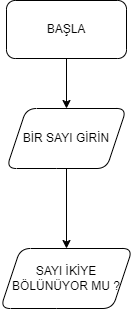
Above: AkışDiyagramıÇözüm.png in csargin/TURKSTUDENTCO-DATA-SCIENCE-BOOTCAMP (draw.io), before the change. Source tidied: cells renumbered, new cells last; positions are measured from the earlier drawing's top-left corner, leaving out a move shared by most shapes. Source of this version:
```xml
<mxGraphModel>
  <root>
    <mxCell id="0" />
    <mxCell id="1" parent="0" />
    <mxCell id="2" style="edgeStyle=orthogonalEdgeStyle;rounded=0;jettySize=auto;html=1;exitX=0.5;exitY=1;exitDx=0;exitDy=0;" parent="1" edge="1" source="3" target="5">
      <mxGeometry relative="1" as="geometry" />
    </mxCell>
    <mxCell id="3" value="BAŞLA" style="rounded=1;whiteSpace=wrap;html=1;" parent="1" vertex="1">
      <mxGeometry x="6" width="120" height="58" as="geometry" />
    </mxCell>
    <mxCell id="4" style="edgeStyle=orthogonalEdgeStyle;rounded=0;jettySize=auto;html=1;" parent="1" edge="1" source="5" target="6">
      <mxGeometry relative="1" as="geometry" />
    </mxCell>
    <mxCell id="5" value="BİR SAYI GİRİN" style="shape=parallelogram;perimeter=parallelogramPerimeter;whiteSpace=wrap;html=1;fixedSize=1;rounded=1;" parent="1" vertex="1">
      <mxGeometry x="6" y="108" width="120" height="60" as="geometry" />
    </mxCell>
    <mxCell id="6" value="SAYI İKİYE BÖLÜNÜYOR MU ?" style="shape=parallelogram;perimeter=parallelogramPerimeter;whiteSpace=wrap;html=1;fixedSize=1;rounded=1;" parent="1" vertex="1">
      <mxGeometry y="248" width="132" height="60" as="geometry" />
    </mxCell>
  </root>
</mxGraphModel>
```
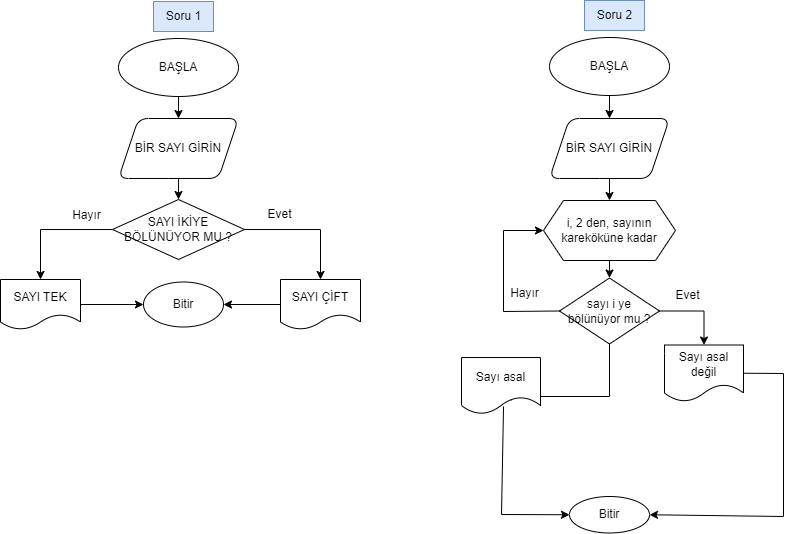
The same diagram one commit later.

Diff of the diagram source:
```diff
@@ -5,17 +5,120 @@
     <mxCell id="2" style="edgeStyle=orthogonalEdgeStyle;rounded=0;jettySize=auto;html=1;exitX=0.5;exitY=1;exitDx=0;exitDy=0;" parent="1" edge="1" source="3" target="5">
       <mxGeometry relative="1" as="geometry" />
     </mxCell>
-    <mxCell id="3" value="BAŞLA" style="rounded=1;whiteSpace=wrap;html=1;" parent="1" vertex="1">
-      <mxGeometry x="6" width="120" height="58" as="geometry" />
+    <mxCell id="3" value="BAŞLA" style="ellipse;whiteSpace=wrap;html=1;" parent="1" vertex="1">
+      <mxGeometry x="-137" width="120" height="58" as="geometry" />
     </mxCell>
     <mxCell id="4" style="edgeStyle=orthogonalEdgeStyle;rounded=0;jettySize=auto;html=1;" parent="1" edge="1" source="5" target="6">
       <mxGeometry relative="1" as="geometry" />
     </mxCell>
     <mxCell id="5" value="BİR SAYI GİRİN" style="shape=parallelogram;perimeter=parallelogramPerimeter;whiteSpace=wrap;html=1;fixedSize=1;rounded=1;" parent="1" vertex="1">
-      <mxGeometry x="6" y="108" width="120" height="60" as="geometry" />
+      <mxGeometry x="-137" y="80" width="120" height="60" as="geometry" />
     </mxCell>
+    <mxCell id="7" style="edgeStyle=orthogonalEdgeStyle;rounded=0;jettySize=auto;html=1;" parent="1" edge="1" source="6" target="10">
+      <mxGeometry relative="1" as="geometry" />
+    </mxCell>
+    <mxCell id="8" style="edgeStyle=orthogonalEdgeStyle;rounded=0;jettySize=auto;html=1;" parent="1" edge="1" source="6" target="12">
+      <mxGeometry relative="1" as="geometry" />
+    </mxCell>
-    <mxCell id="6" value="SAYI İKİYE BÖLÜNÜYOR MU ?" style="shape=parallelogram;perimeter=parallelogramPerimeter;whiteSpace=wrap;html=1;fixedSize=1;rounded=1;" parent="1" vertex="1">
-      <mxGeometry y="248" width="132" height="60" as="geometry" />
+    <mxCell id="6" value="SAYI İKİYE BÖLÜNÜYOR MU ?" style="rhombus;whiteSpace=wrap;html=1;" parent="1" vertex="1">
+      <mxGeometry x="-143" y="161" width="132" height="60" as="geometry" />
     </mxCell>
+    <mxCell id="9" style="edgeStyle=orthogonalEdgeStyle;rounded=0;jettySize=auto;html=1;" parent="1" edge="1" source="10" target="24">
+      <mxGeometry relative="1" as="geometry" />
+    </mxCell>
+    <mxCell id="10" value="SAYI TEK" style="shape=document;whiteSpace=wrap;html=1;boundedLbl=1;" parent="1" vertex="1">
+      <mxGeometry x="-255" y="241" width="80" height="50" as="geometry" />
+    </mxCell>
+    <mxCell id="11" style="edgeStyle=orthogonalEdgeStyle;rounded=0;jettySize=auto;html=1;" parent="1" edge="1" source="12" target="24">
+      <mxGeometry relative="1" as="geometry" />
+    </mxCell>
+    <mxCell id="12" value="SAYI ÇİFT" style="shape=document;whiteSpace=wrap;html=1;boundedLbl=1;" parent="1" vertex="1">
+      <mxGeometry x="25" y="241" width="80" height="50" as="geometry" />
+    </mxCell>
+    <mxCell id="13" value="Evet" style="text;html=1;align=center;verticalAlign=middle;strokeColor=none;fillColor=none;" parent="1" vertex="1">
+      <mxGeometry x="-1" y="161" width="50" height="30" as="geometry" />
+    </mxCell>
+    <mxCell id="14" value="Hayır" style="text;html=1;align=center;verticalAlign=middle;strokeColor=none;fillColor=none;" parent="1" vertex="1">
+      <mxGeometry x="-194" y="162" width="50" height="30" as="geometry" />
+    </mxCell>
+    <mxCell id="15" value="Soru 1" style="text;html=1;align=center;verticalAlign=middle;strokeColor=#6c8ebf;fillColor=#dae8fc;" parent="1" vertex="1">
+      <mxGeometry x="-102" y="-37" width="60" height="30" as="geometry" />
+    </mxCell>
+    <mxCell id="16" style="edgeStyle=orthogonalEdgeStyle;rounded=0;jettySize=auto;html=1;exitX=0.5;exitY=1;exitDx=0;exitDy=0;" parent="1" edge="1" source="17" target="19">
+      <mxGeometry relative="1" as="geometry" />
+    </mxCell>
+    <mxCell id="17" value="BAŞLA" style="ellipse;whiteSpace=wrap;html=1;" parent="1" vertex="1">
+      <mxGeometry x="294" y="-1" width="120" height="58" as="geometry" />
+    </mxCell>
+    <mxCell id="18" style="edgeStyle=orthogonalEdgeStyle;rounded=0;jettySize=auto;html=1;" parent="1" edge="1" source="19" target="20">
+      <mxGeometry relative="1" as="geometry" />
+    </mxCell>
+    <mxCell id="19" value="BİR SAYI GİRİN" style="shape=parallelogram;perimeter=parallelogramPerimeter;whiteSpace=wrap;html=1;fixedSize=1;rounded=1;" parent="1" vertex="1">
+      <mxGeometry x="294" y="80" width="120" height="60" as="geometry" />
+    </mxCell>
+    <mxCell id="20" value="i, 2 den, sayının kareköküne kadar" style="shape=hexagon;perimeter=hexagonPerimeter2;whiteSpace=wrap;html=1;fixedSize=1;" parent="1" vertex="1">
+      <mxGeometry x="288" y="162" width="132" height="60" as="geometry" />
+    </mxCell>
+    <mxCell id="21" style="edgeStyle=orthogonalEdgeStyle;rounded=0;jettySize=auto;html=1;" parent="1" edge="1" source="22" target="25">
+      <mxGeometry relative="1" as="geometry" />
+    </mxCell>
+    <mxCell id="22" value="sayı i ye bölünüyor mu ?" style="rhombus;whiteSpace=wrap;html=1;" parent="1" vertex="1">
+      <mxGeometry x="304" y="239.5" width="100" height="66" as="geometry" />
+    </mxCell>
+    <mxCell id="23" value="Soru 2" style="text;html=1;align=center;verticalAlign=middle;strokeColor=#6c8ebf;fillColor=#dae8fc;" parent="1" vertex="1">
+      <mxGeometry x="329" y="-38" width="60" height="30" as="geometry" />
+    </mxCell>
+    <mxCell id="24" value="Bitir" style="ellipse;whiteSpace=wrap;html=1;" parent="1" vertex="1">
+      <mxGeometry x="-112" y="243.5" width="80" height="45" as="geometry" />
+    </mxCell>
+    <mxCell id="25" value="Sayı asal değil" style="shape=document;whiteSpace=wrap;html=1;boundedLbl=1;" parent="1" vertex="1">
+      <mxGeometry x="409" y="306.5" width="79" height="56.5" as="geometry" />
+    </mxCell>
+    <mxCell id="26" value="Bitir" style="ellipse;whiteSpace=wrap;html=1;" parent="1" vertex="1">
+      <mxGeometry x="314" y="458" width="80" height="36.5" as="geometry" />
+    </mxCell>
+    <mxCell id="27" style="endArrow=classic;html=1;rounded=0;exitX=0.5;exitY=1;exitDx=0;exitDy=0;" parent="1" edge="1" source="20" target="22">
+      <mxGeometry relative="1" as="geometry" />
+    </mxCell>
+    <mxCell id="28" value="Evet" style="text;html=1;align=center;verticalAlign=middle;strokeColor=none;fillColor=none;" parent="1" vertex="1">
+      <mxGeometry x="407" y="241.5" width="50" height="30" as="geometry" />
+    </mxCell>
+    <mxCell id="29" style="endArrow=classic;html=1;rounded=0;entryX=0;entryY=0.5;entryDx=0;entryDy=0;exitX=0;exitY=0.5;exitDx=0;exitDy=0;" parent="1" edge="1" source="22" target="20">
+      <mxGeometry relative="1" as="geometry">
+        <Array as="points">
+          <mxPoint x="248" y="273" />
+          <mxPoint x="248" y="192" />
+        </Array>
+      </mxGeometry>
+    </mxCell>
+    <mxCell id="30" value="Hayır" style="text;html=1;align=center;verticalAlign=middle;strokeColor=none;fillColor=none;" parent="1" vertex="1">
+      <mxGeometry x="244" y="239.5" width="50" height="30" as="geometry" />
+    </mxCell>
+    <mxCell id="31" style="endArrow=classic;html=1;rounded=0;exitX=0.5;exitY=1;exitDx=0;exitDy=0;" parent="1" edge="1" source="22">
+      <mxGeometry relative="1" as="geometry">
+        <mxPoint x="248" y="358" as="targetPoint" />
+        <Array as="points">
+          <mxPoint x="354" y="358" />
+        </Array>
+      </mxGeometry>
+    </mxCell>
+    <mxCell id="32" value="Sayı asal" style="shape=document;whiteSpace=wrap;html=1;boundedLbl=1;" parent="1" vertex="1">
+      <mxGeometry x="206" y="319" width="79" height="56.5" as="geometry" />
+    </mxCell>
+    <mxCell id="33" style="endArrow=classic;html=1;rounded=0;entryX=0;entryY=0.5;entryDx=0;entryDy=0;exitX=0.532;exitY=0.867;exitDx=0;exitDy=0;exitPerimeter=0;" parent="1" edge="1" source="32" target="26">
+      <mxGeometry relative="1" as="geometry">
+        <Array as="points">
+          <mxPoint x="246" y="476" />
+        </Array>
+      </mxGeometry>
+    </mxCell>
+    <mxCell id="34" style="endArrow=classic;html=1;rounded=0;entryX=1;entryY=0.5;entryDx=0;entryDy=0;exitX=1;exitY=0.5;exitDx=0;exitDy=0;" parent="1" edge="1" source="25" target="26">
+      <mxGeometry relative="1" as="geometry">
+        <Array as="points">
+          <mxPoint x="528" y="335" />
+          <mxPoint x="528" y="478" />
+        </Array>
+      </mxGeometry>
+    </mxCell>
   </root>
 </mxGraphModel>
```
